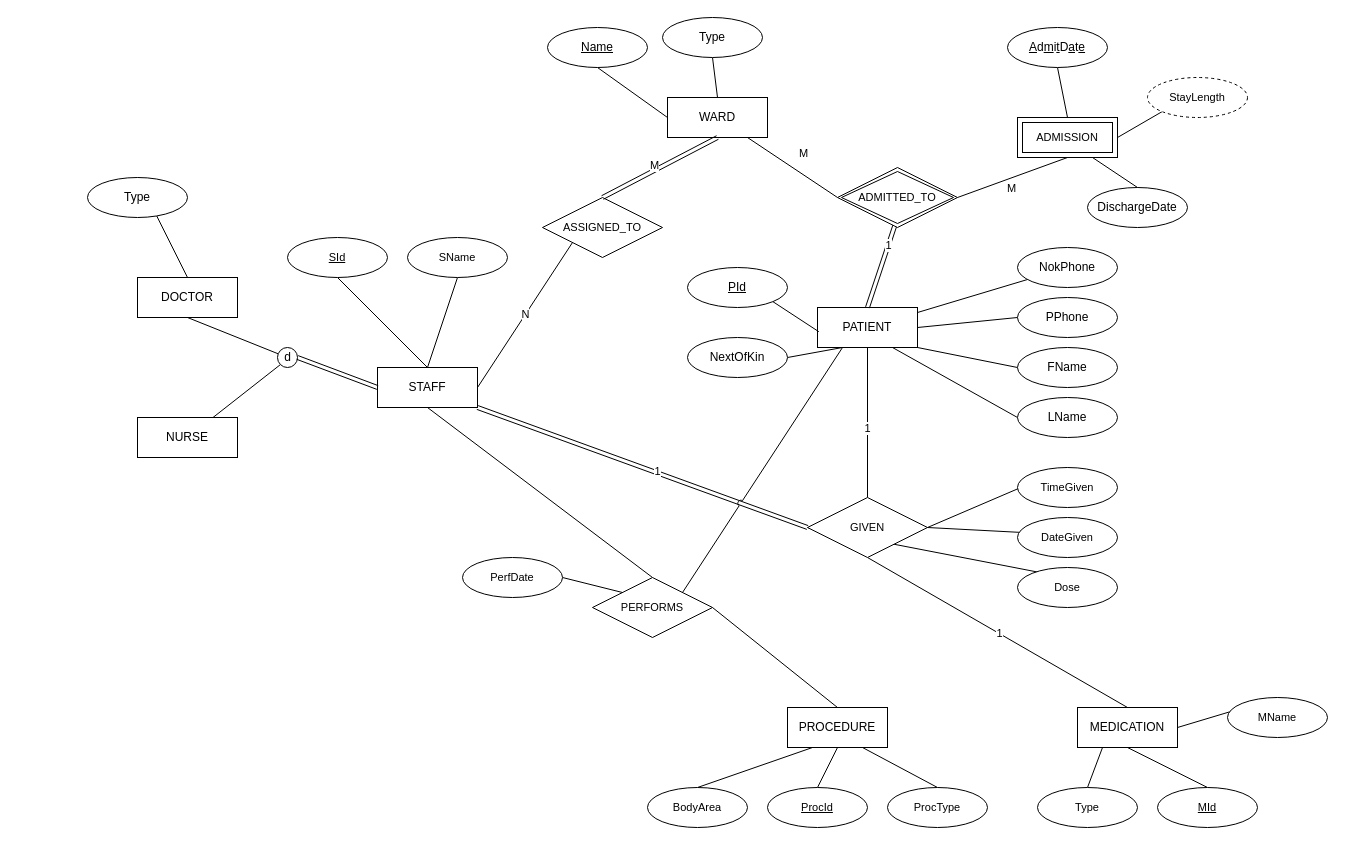
Before: Untitled Diagram.drawio in alexwhite1995/Assignments, a draw.io diagram. Source tidied: cells renumbered, new cells numbered last; positions are measured from the earlier drawing's top-left corner, leaving out a move shared by most shapes. Both pictures are drawn from the tidied source at 100%, with x=0, y=0 at pixel (87, 17).
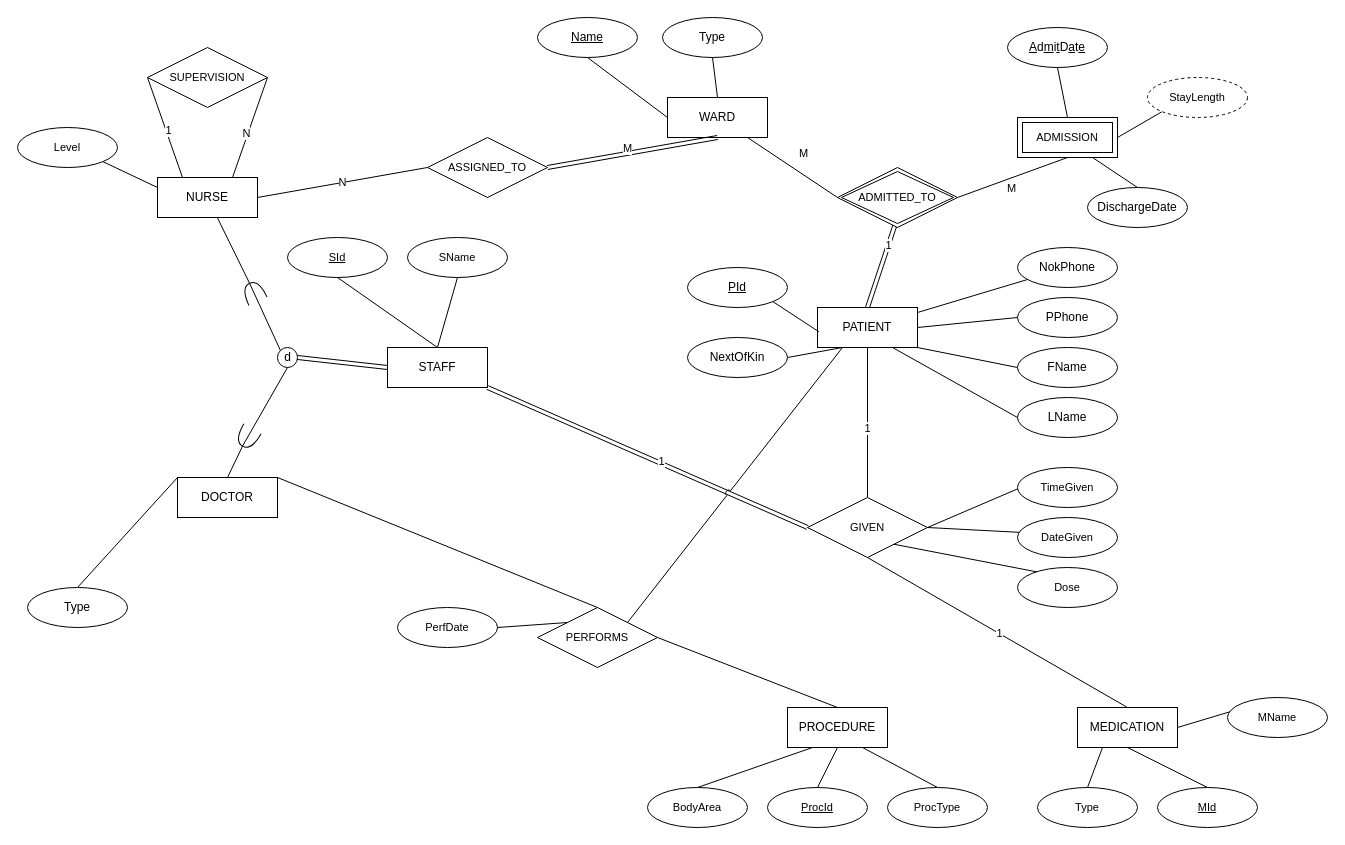
Above is the later version.

Unchanged cells that the change refers to:
```xml
<mxCell id="19" value="WARD" style="whiteSpace=wrap;html=1;align=center;" parent="1" vertex="1">
  <mxGeometry x="580" y="80" width="100" height="40" as="geometry" />
</mxCell>
<mxCell id="26" value="d" style="verticalLabelPosition=middle;verticalAlign=middle;html=1;shape=mxgraph.flowchart.on-page_reference;labelPosition=center;align=center;" parent="1" vertex="1">
  <mxGeometry x="190" y="330" width="20" height="20" as="geometry" />
</mxCell>
```

Diff of the diagram source:
```diff
@@
-    <mxCell id="4" value="N" style="edgeStyle=none;rounded=0;jettySize=auto;html=1;exitX=1;exitY=0.5;exitDx=0;exitDy=0;entryX=0;entryY=1;entryDx=0;entryDy=0;strokeColor=default;align=center;verticalAlign=middle;fontFamily=Helvetica;fontSize=11;fontColor=default;labelBackgroundColor=default;endArrow=none;endFill=0;" parent="1" edge="1" source="10" target="56">
+    <mxCell id="4" value="N" style="edgeStyle=none;rounded=0;jettySize=auto;html=1;entryX=0;entryY=0.5;entryDx=0;entryDy=0;strokeColor=default;align=center;verticalAlign=middle;fontFamily=Helvetica;fontSize=11;fontColor=default;labelBackgroundColor=default;endArrow=none;endFill=0;exitX=1;exitY=0.5;exitDx=0;exitDy=0;" parent="1" edge="1" source="21" target="56">
       <mxGeometry relative="1" as="geometry" />
     </mxCell>
@@
-    <mxCell id="9" style="edgeStyle=none;rounded=0;jettySize=auto;html=1;exitX=0.5;exitY=1;exitDx=0;exitDy=0;entryX=0.5;entryY=0;entryDx=0;entryDy=0;strokeColor=default;align=center;verticalAlign=middle;fontFamily=Helvetica;fontSize=11;fontColor=default;labelBackgroundColor=default;endArrow=none;endFill=0;" parent="1" edge="1" source="10" target="68">
+    <mxCell id="9" style="edgeStyle=none;rounded=0;jettySize=auto;html=1;exitX=1;exitY=0;exitDx=0;exitDy=0;entryX=0.5;entryY=0;entryDx=0;entryDy=0;strokeColor=default;align=center;verticalAlign=middle;fontFamily=Helvetica;fontSize=11;fontColor=default;labelBackgroundColor=default;endArrow=none;endFill=0;" parent="1" edge="1" source="20" target="68">
       <mxGeometry relative="1" as="geometry" />
     </mxCell>
     <mxCell id="10" value="STAFF" style="whiteSpace=wrap;html=1;align=center;" parent="1" vertex="1">
-      <mxGeometry x="290" y="350" width="100" height="40" as="geometry" />
+      <mxGeometry x="300" y="330" width="100" height="40" as="geometry" />
     </mxCell>
@@
     <mxCell id="20" value="DOCTOR" style="whiteSpace=wrap;html=1;align=center;" parent="1" vertex="1">
-      <mxGeometry x="50" y="260" width="100" height="40" as="geometry" />
+      <mxGeometry x="90" y="460" width="100" height="40" as="geometry" />
     </mxCell>
     <mxCell id="21" value="NURSE" style="whiteSpace=wrap;html=1;align=center;" parent="1" vertex="1">
-      <mxGeometry x="50" y="400" width="100" height="40" as="geometry" />
+      <mxGeometry x="70" y="160" width="100" height="40" as="geometry" />
     </mxCell>
-    <mxCell id="22" style="rounded=0;jettySize=auto;html=1;exitX=0.5;exitY=0;exitDx=0;exitDy=0;entryX=0.5;entryY=0;entryDx=0;entryDy=0;endArrow=none;endFill=0;" parent="1" edge="1" source="23" target="20">
+    <mxCell id="22" style="rounded=0;jettySize=auto;html=1;exitX=0.5;exitY=0;exitDx=0;exitDy=0;entryX=0;entryY=0;entryDx=0;entryDy=0;endArrow=none;endFill=0;" parent="1" edge="1" source="23" target="20">
       <mxGeometry relative="1" as="geometry" />
     </mxCell>
     <mxCell id="23" value="Type" style="ellipse;whiteSpace=wrap;html=1;align=center;" parent="1" vertex="1">
-      <mxGeometry y="160" width="100" height="40" as="geometry" />
+      <mxGeometry x="-60" y="570" width="100" height="40" as="geometry" />
     </mxCell>
-    <mxCell id="24" style="rounded=0;jettySize=auto;html=1;entryX=0.5;entryY=1;entryDx=0;entryDy=0;endArrow=none;endFill=0;exitX=0.038;exitY=0.317;exitDx=0;exitDy=0;exitPerimeter=0;" parent="1" edge="1" source="26" target="20">
+    <mxCell id="24" style="rounded=0;jettySize=auto;html=1;entryX=0.5;entryY=0;entryDx=0;entryDy=0;endArrow=none;endFill=0;exitX=1;exitY=0.5;exitDx=0;exitDy=0;exitPerimeter=0;" parent="1" edge="1" source="94" target="20">
       <mxGeometry relative="1" as="geometry" />
     </mxCell>
-    <mxCell id="25" style="rounded=0;jettySize=auto;html=1;exitX=0.145;exitY=0.855;exitDx=0;exitDy=0;exitPerimeter=0;endArrow=none;endFill=0;" parent="1" edge="1" source="26" target="21">
+    <mxCell id="25" style="rounded=0;jettySize=auto;html=1;exitX=1;exitY=0.5;exitDx=0;exitDy=0;exitPerimeter=0;endArrow=none;endFill=0;" parent="1" edge="1" source="92" target="21">
       <mxGeometry relative="1" as="geometry" />
     </mxCell>
@@
     <mxCell id="33" value="&lt;u&gt;Name&lt;/u&gt;" style="ellipse;whiteSpace=wrap;html=1;align=center;" parent="1" vertex="1">
-      <mxGeometry x="460" y="10" width="100" height="40" as="geometry" />
+      <mxGeometry x="450" width="100" height="40" as="geometry" />
     </mxCell>
@@
     <mxCell id="56" value="ASSIGNED_TO" style="shape=rhombus;perimeter=rhombusPerimeter;whiteSpace=wrap;html=1;align=center;fontFamily=Helvetica;fontSize=11;fontColor=default;labelBackgroundColor=default;" parent="1" vertex="1">
-      <mxGeometry x="455" y="180" width="120" height="60" as="geometry" />
+      <mxGeometry x="340" y="120" width="120" height="60" as="geometry" />
     </mxCell>
-    <mxCell id="57" style="edgeStyle=none;rounded=0;jettySize=auto;html=1;exitX=0.5;exitY=1;exitDx=0;exitDy=0;entryX=0.5;entryY=0;entryDx=0;entryDy=0;strokeColor=default;align=center;verticalAlign=middle;fontFamily=Helvetica;fontSize=11;fontColor=default;labelBackgroundColor=default;endArrow=none;endFill=0;shape=link;" parent="1" edge="1" source="19" target="56">
+    <mxCell id="57" style="edgeStyle=none;rounded=0;jettySize=auto;html=1;exitX=0.5;exitY=1;exitDx=0;exitDy=0;entryX=1;entryY=0.5;entryDx=0;entryDy=0;strokeColor=default;align=center;verticalAlign=middle;fontFamily=Helvetica;fontSize=11;fontColor=default;labelBackgroundColor=default;endArrow=none;endFill=0;shape=link;" parent="1" edge="1" source="19" target="56">
       <mxGeometry relative="1" as="geometry" />
     </mxCell>
@@
     <mxCell id="68" value="PERFORMS" style="shape=rhombus;perimeter=rhombusPerimeter;whiteSpace=wrap;html=1;align=center;fontFamily=Helvetica;fontSize=11;fontColor=default;labelBackgroundColor=default;" parent="1" vertex="1">
-      <mxGeometry x="505" y="560" width="120" height="60" as="geometry" />
+      <mxGeometry x="450" y="590" width="120" height="60" as="geometry" />
     </mxCell>
@@
     <mxCell id="83" value="PerfDate" style="ellipse;whiteSpace=wrap;html=1;align=center;fontFamily=Helvetica;fontSize=11;fontColor=default;labelBackgroundColor=default;" parent="1" vertex="1">
-      <mxGeometry x="375" y="540" width="100" height="40" as="geometry" />
+      <mxGeometry x="310" y="590" width="100" height="40" as="geometry" />
     </mxCell>
+    <mxCell id="84" style="edgeStyle=none;rounded=0;jettySize=auto;html=1;exitX=1;exitY=1;exitDx=0;exitDy=0;entryX=0;entryY=0.25;entryDx=0;entryDy=0;strokeColor=default;align=center;verticalAlign=middle;fontFamily=Helvetica;fontSize=11;fontColor=default;labelBackgroundColor=default;endArrow=none;endFill=0;" parent="1" edge="1" source="85" target="21">
+      <mxGeometry relative="1" as="geometry" />
+    </mxCell>
+    <mxCell id="85" value="Level" style="ellipse;whiteSpace=wrap;html=1;align=center;fontFamily=Helvetica;fontSize=11;fontColor=default;labelBackgroundColor=default;" parent="1" vertex="1">
+      <mxGeometry x="-70" y="110" width="100" height="40" as="geometry" />
+    </mxCell>
+    <mxCell id="86" style="edgeStyle=none;rounded=0;jettySize=auto;html=1;exitX=1;exitY=0.5;exitDx=0;exitDy=0;entryX=0.75;entryY=0;entryDx=0;entryDy=0;strokeColor=default;align=center;verticalAlign=middle;fontFamily=Helvetica;fontSize=11;fontColor=default;labelBackgroundColor=default;endArrow=none;endFill=0;" parent="1" edge="1" source="90" target="21">
+      <mxGeometry relative="1" as="geometry" />
+    </mxCell>
+    <mxCell id="87" value="N" style="edgeLabel;html=1;align=center;verticalAlign=middle;fontFamily=Helvetica;fontSize=11;fontColor=default;labelBackgroundColor=default;" parent="86" vertex="1">
+      <mxGeometry x="0.14" y="-2" relative="1" as="geometry" />
+    </mxCell>
+    <mxCell id="88" style="edgeStyle=none;rounded=0;jettySize=auto;html=1;exitX=0;exitY=0.5;exitDx=0;exitDy=0;entryX=0.25;entryY=0;entryDx=0;entryDy=0;strokeColor=default;align=center;verticalAlign=middle;fontFamily=Helvetica;fontSize=11;fontColor=default;labelBackgroundColor=default;endArrow=none;endFill=0;" parent="1" edge="1" source="90" target="21">
+      <mxGeometry relative="1" as="geometry" />
+    </mxCell>
+    <mxCell id="89" value="1" style="edgeLabel;html=1;align=center;verticalAlign=middle;fontFamily=Helvetica;fontSize=11;fontColor=default;labelBackgroundColor=default;" parent="88" vertex="1">
+      <mxGeometry x="0.05" y="2" relative="1" as="geometry" />
+    </mxCell>
+    <mxCell id="90" value="SUPERVISION" style="shape=rhombus;perimeter=rhombusPerimeter;whiteSpace=wrap;html=1;align=center;fontFamily=Helvetica;fontSize=11;fontColor=default;labelBackgroundColor=default;" parent="1" vertex="1">
+      <mxGeometry x="60" y="30" width="120" height="60" as="geometry" />
+    </mxCell>
+    <mxCell id="91" style="rounded=0;jettySize=auto;html=1;exitX=0.145;exitY=0.145;exitDx=0;exitDy=0;exitPerimeter=0;endArrow=none;endFill=0;entryX=1;entryY=0.5;entryDx=0;entryDy=0;entryPerimeter=0;" parent="1" edge="1" source="26" target="92">
+      <mxGeometry relative="1" as="geometry" />
+    </mxCell>
+    <mxCell id="92" style="shape=requiredInterface;html=1;verticalLabelPosition=bottom;sketch=0;fontFamily=Helvetica;fontSize=11;fontColor=default;labelBackgroundColor=default;rotation=-115;" parent="1" vertex="1">
+      <mxGeometry x="156.3" y="264.8" width="20" height="20" as="geometry" />
+    </mxCell>
+    <mxCell id="93" style="rounded=0;jettySize=auto;html=1;entryX=1;entryY=0.5;entryDx=0;entryDy=0;endArrow=none;endFill=0;exitX=0.5;exitY=1;exitDx=0;exitDy=0;exitPerimeter=0;entryPerimeter=0;" parent="1" edge="1" source="26" target="94">
+      <mxGeometry relative="1" as="geometry" />
+    </mxCell>
+    <mxCell id="94" style="shape=requiredInterface;html=1;verticalLabelPosition=bottom;sketch=0;fontFamily=Helvetica;fontSize=11;fontColor=default;labelBackgroundColor=default;rotation=120;" parent="1" vertex="1">
+      <mxGeometry x="150" y="410" width="20" height="20" as="geometry" />
+    </mxCell>
```
